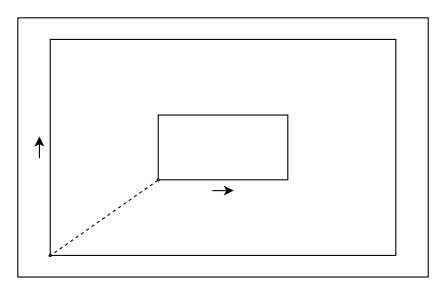
Earlier version of the draw.io diagram page "Page-4-1" (19 of 24) of file/Algorithm/NavmeshNavigation/NavmeshNavigation.drawio (FallingXun/FallingXun.github.io). Source tidied: cells renumbered, new cells numbered last; positions are measured from the earlier drawing's top-left corner, leaving out a move shared by most shapes. Both pictures are drawn from the tidied source at 108%, with x=0, y=0 at pixel (17, 17).
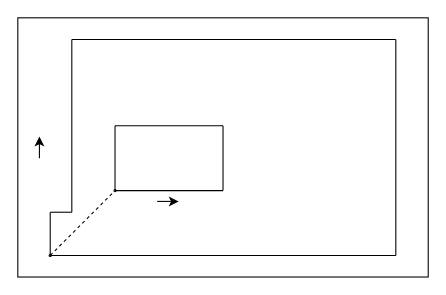
The same diagram, later.

Change to the diagram source:
```diff
@@
+    <mxCell id="10" style="endArrow=none;html=1;entryX=0;entryY=1;entryDx=0;entryDy=0;dashed=1;" parent="1" edge="1">
+      <mxGeometry relative="1" as="geometry">
+        <mxPoint x="30" y="220" as="sourcePoint" />
+        <mxPoint x="90" y="160" as="targetPoint" />
+      </mxGeometry>
+    </mxCell>
@@
-    <mxCell id="3" style="rounded=0;whiteSpace=wrap;html=1;strokeColor=light-dark(#000000,#00FF00);" parent="1" vertex="1">
-      <mxGeometry x="30" y="20" width="320" height="200" as="geometry" />
-    </mxCell>
-    <mxCell id="4" style="rounded=0;whiteSpace=wrap;html=1;strokeColor=light-dark(#000000,#FFFF00);" parent="1" vertex="1">
-      <mxGeometry x="130" y="90" width="120" height="60" as="geometry" />
-    </mxCell>
-    <mxCell id="5" style="ellipse;whiteSpace=wrap;html=1;strokeColor=light-dark(#000000,#00FF00);" parent="1" vertex="1">
+    <mxCell id="5" style="ellipse;whiteSpace=wrap;html=1;strokeColor=light-dark(#000000,#00FF00);fillColor=light-dark(#FFFFFF,#00FF00);" parent="1" vertex="1">
       <mxGeometry x="29" y="219" width="2" height="2" as="geometry" />
     </mxCell>
-    <mxCell id="6" style="ellipse;whiteSpace=wrap;html=1;strokeColor=light-dark(#000000,#FFFF00);" parent="1" vertex="1">
-      <mxGeometry x="129" y="149" width="2" height="2" as="geometry" />
+    <mxCell id="6" style="ellipse;whiteSpace=wrap;html=1;strokeColor=light-dark(#000000,#FFFF00);fillColor=light-dark(#FFFFFF,#FFFF00);" parent="1" vertex="1">
+      <mxGeometry x="89" y="159" width="2" height="2" as="geometry" />
     </mxCell>
-    <mxCell id="7" style="endArrow=none;dashed=1;html=1;entryX=0;entryY=1;entryDx=0;entryDy=0;" parent="1" edge="1" target="6">
-      <mxGeometry relative="1" as="geometry">
-        <mxPoint x="29" y="221" as="sourcePoint" />
-      </mxGeometry>
-    </mxCell>
@@
     <mxCell id="9" style="endArrow=classic;html=1;strokeColor=light-dark(#000000,#FFFF00);" parent="1" edge="1">
       <mxGeometry relative="1" as="geometry">
-        <mxPoint x="180.1" y="160" as="sourcePoint" />
-        <mxPoint x="199.9" y="160" as="targetPoint" />
+        <mxPoint x="129" y="170" as="sourcePoint" />
+        <mxPoint x="148.9" y="170" as="targetPoint" />
       </mxGeometry>
     </mxCell>
+    <mxCell id="11" style="endArrow=none;html=1;strokeColor=light-dark(#000000,#00FF00);" parent="1" edge="1">
+      <mxGeometry relative="1" as="geometry">
+        <mxPoint x="30" y="220" as="sourcePoint" />
+        <mxPoint x="30" y="180" as="targetPoint" />
+      </mxGeometry>
+    </mxCell>
+    <mxCell id="12" style="endArrow=none;html=1;strokeColor=light-dark(#000000,#00FF00);" parent="1" edge="1">
+      <mxGeometry relative="1" as="geometry">
+        <mxPoint x="50" y="180" as="sourcePoint" />
+        <mxPoint x="30" y="180" as="targetPoint" />
+      </mxGeometry>
+    </mxCell>
+    <mxCell id="13" style="endArrow=none;html=1;strokeColor=light-dark(#000000,#00FF00);" parent="1" edge="1">
+      <mxGeometry relative="1" as="geometry">
+        <mxPoint x="50" y="20" as="sourcePoint" />
+        <mxPoint x="50" y="180" as="targetPoint" />
+      </mxGeometry>
+    </mxCell>
+    <mxCell id="14" style="endArrow=none;html=1;strokeColor=light-dark(#000000,#00FF00);" parent="1" edge="1">
+      <mxGeometry relative="1" as="geometry">
+        <mxPoint x="50" y="20" as="sourcePoint" />
+        <mxPoint x="350" y="20" as="targetPoint" />
+      </mxGeometry>
+    </mxCell>
+    <mxCell id="15" style="endArrow=none;html=1;strokeColor=light-dark(#000000,#00FF00);" parent="1" edge="1">
+      <mxGeometry relative="1" as="geometry">
+        <mxPoint x="30" y="220" as="sourcePoint" />
+        <mxPoint x="350" y="220" as="targetPoint" />
+      </mxGeometry>
+    </mxCell>
+    <mxCell id="16" style="endArrow=none;html=1;strokeColor=light-dark(#000000,#00FF00);" parent="1" edge="1">
+      <mxGeometry relative="1" as="geometry">
+        <mxPoint x="350" y="220" as="sourcePoint" />
+        <mxPoint x="350" y="20" as="targetPoint" />
+      </mxGeometry>
+    </mxCell>
+    <mxCell id="17" style="endArrow=none;html=1;strokeColor=light-dark(#000000,#FFFF00);" parent="1" edge="1">
+      <mxGeometry relative="1" as="geometry">
+        <mxPoint x="90" y="160" as="sourcePoint" />
+        <mxPoint x="190" y="160" as="targetPoint" />
+      </mxGeometry>
+    </mxCell>
+    <mxCell id="18" style="endArrow=none;html=1;strokeColor=light-dark(#000000,#FFFF00);" parent="1" edge="1">
+      <mxGeometry relative="1" as="geometry">
+        <mxPoint x="90" y="100" as="sourcePoint" />
+        <mxPoint x="190" y="100" as="targetPoint" />
+      </mxGeometry>
+    </mxCell>
+    <mxCell id="19" style="endArrow=none;html=1;strokeColor=light-dark(#000000,#FFFF00);" parent="1" edge="1">
+      <mxGeometry relative="1" as="geometry">
+        <mxPoint x="190" y="160" as="sourcePoint" />
+        <mxPoint x="190" y="100" as="targetPoint" />
+      </mxGeometry>
+    </mxCell>
+    <mxCell id="20" style="endArrow=none;html=1;strokeColor=light-dark(#000000,#FFFF00);" parent="1" edge="1">
+      <mxGeometry relative="1" as="geometry">
+        <mxPoint x="90" y="160" as="sourcePoint" />
+        <mxPoint x="90" y="100" as="targetPoint" />
+      </mxGeometry>
+    </mxCell>
```
